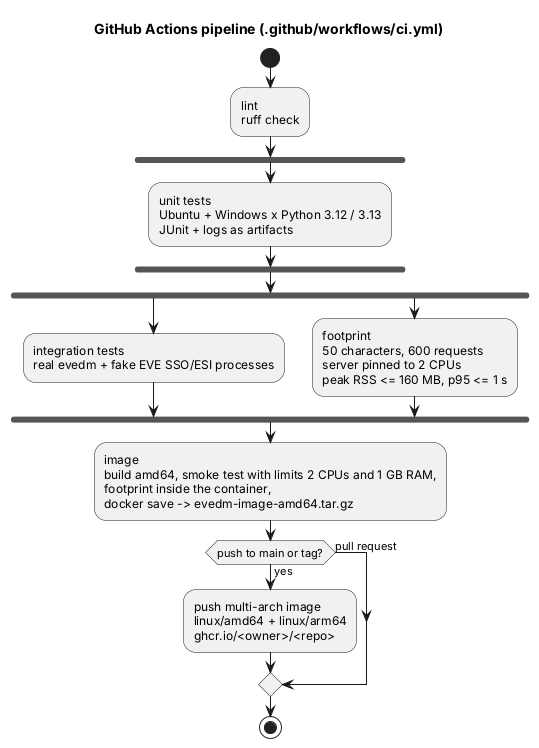
This is docs/diagrams/ci-pipeline.png from Headruner/war-bot-2, a PlantUML export, as it was before one commit.
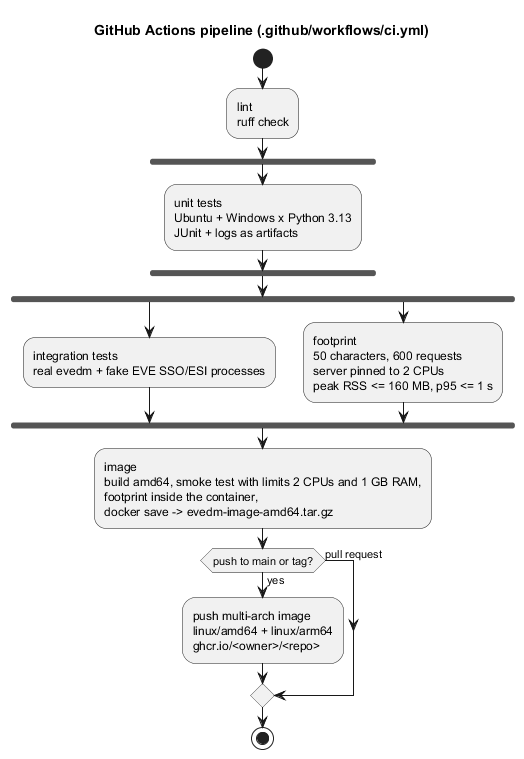
After the commit.

Change to the diagram source:
```diff
@@ -1,10 +1,11 @@
 @startuml ci-pipeline
+!pragma layout smetana
 title GitHub Actions pipeline (.github/workflows/ci.yml)
 skinparam shadowing false
 start
 :lint\nruff check;
 fork
-  :unit tests\nUbuntu + Windows x Python 3.12 / 3.13\nJUnit + logs as artifacts;
+  :unit tests\nUbuntu + Windows x Python 3.13\nJUnit + logs as artifacts;
 end fork
 fork
   :integration tests\nreal evedm + fake EVE SSO/ESI processes;
```
